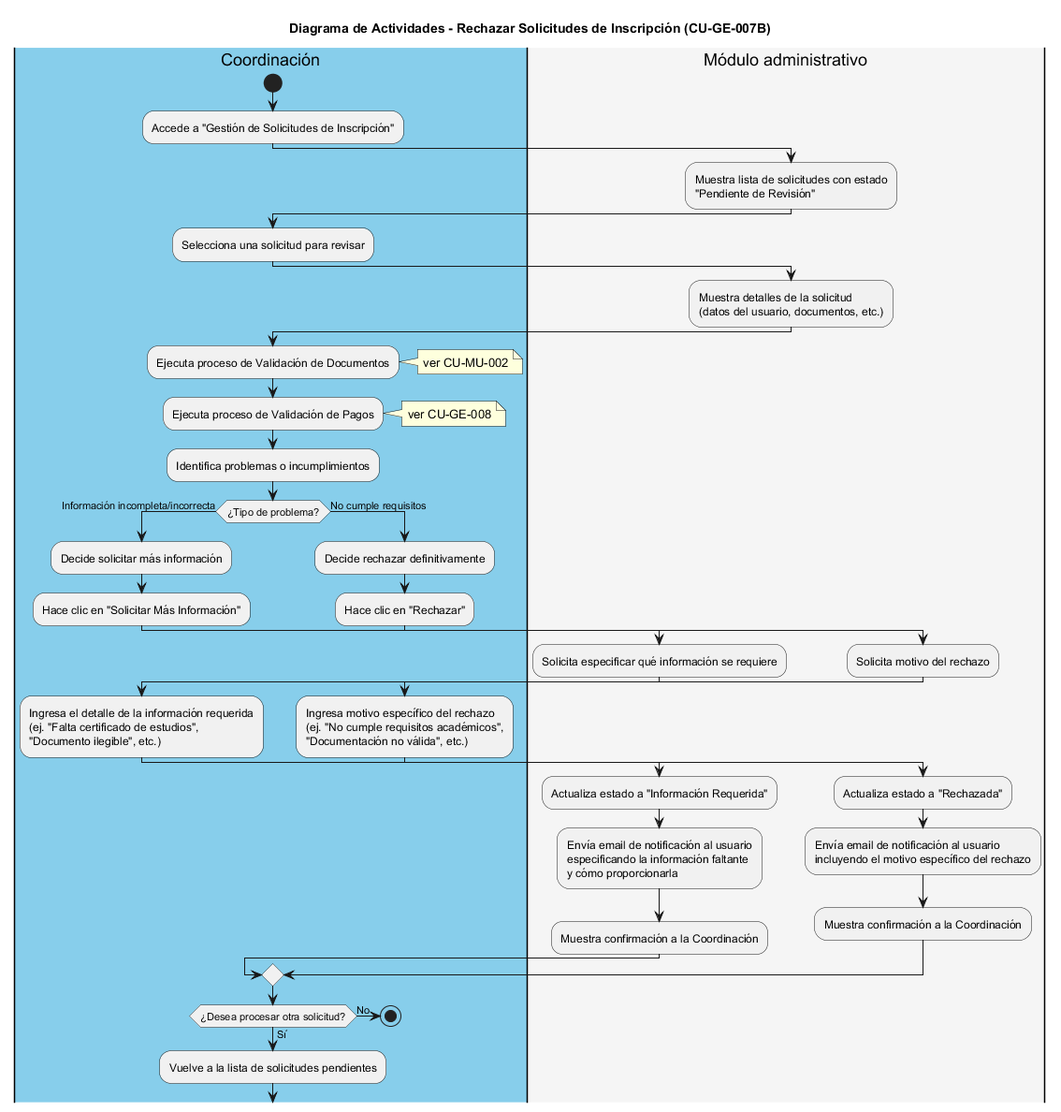
Above: img/CU-GE-007B_Rechazar_Inscripciones.png in iKinoo/baby-salesforce-admin-module (PlantUML), before the change.
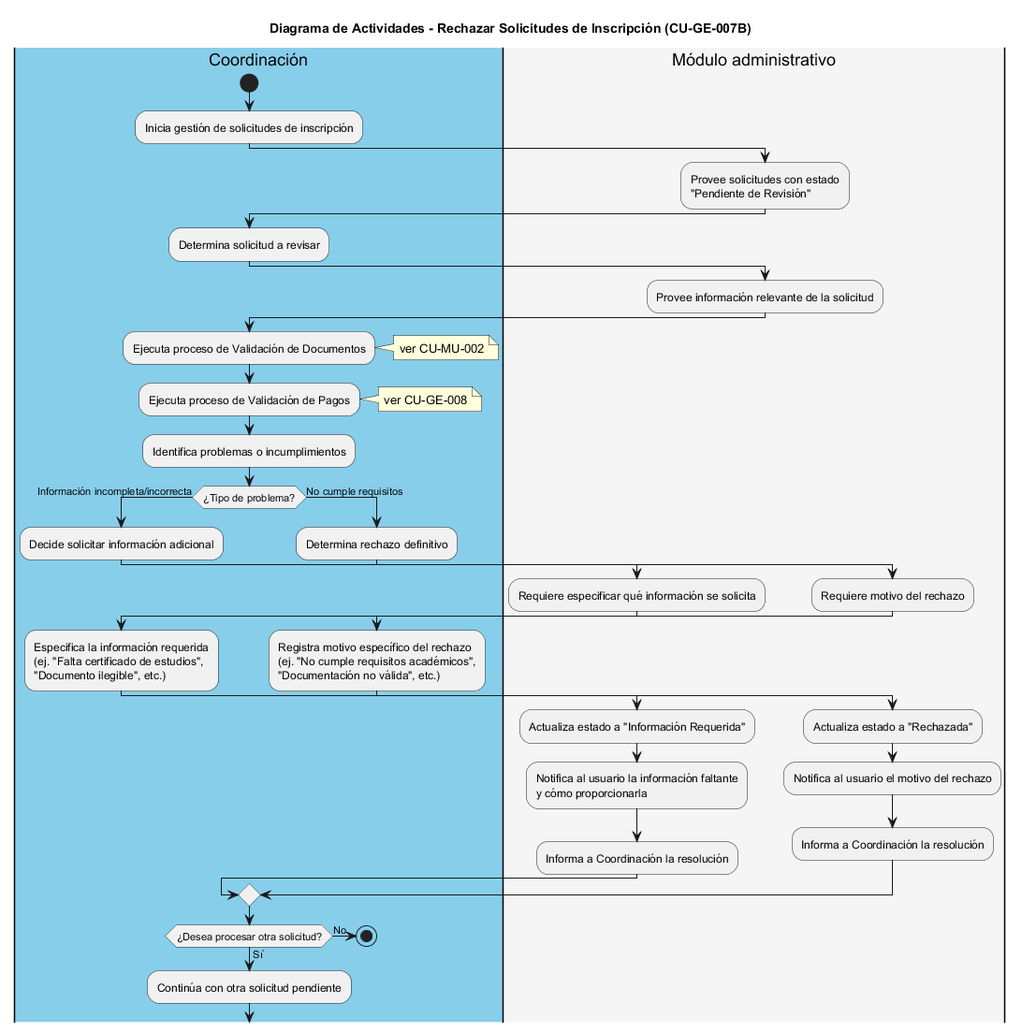
The same file after the commit.

Change to the diagram source:
```diff
@@ -1,20 +1,19 @@
-@startuml
+@startuml CU-GE-007B_Rechazar_Inscripciones
 title Diagrama de Actividades - Rechazar Solicitudes de Inscripción (CU-GE-007B)
 
 |#skyblue|Coordinación|
 start
-:Accede a "Gestión de Solicitudes de Inscripción";
+:Inicia gestión de solicitudes de inscripción;
 
 |#whitesmoke|Módulo administrativo|
-:Muestra lista de solicitudes con estado
+:Provee solicitudes con estado
 "Pendiente de Revisión";
 
 |#skyblue|Coordinación|
-:Selecciona una solicitud para revisar;
+:Determina solicitud a revisar;
 
 |#whitesmoke|Módulo administrativo|
-:Muestra detalles de la solicitud
-(datos del usuario, documentos, etc.);
+:Provee información relevante de la solicitud;
 
 |#skyblue|Coordinación|
 :Ejecuta proceso de Validación de Documentos;
@@ -24,40 +23,36 @@
 :Identifica problemas o incumplimientos;
 if (¿Tipo de problema?) then (Información incompleta/incorrecta)
   |#skyblue|Coordinación|
-  :Decide solicitar más información;
-  :Hace clic en "Solicitar Más Información";
+  :Decide solicitar información adicional;
   |#whitesmoke|Módulo administrativo|
-  :Solicita especificar qué información se requiere;
+  :Requiere especificar qué información se solicita;
   |#skyblue|Coordinación|
-  :Ingresa el detalle de la información requerida
+  :Especifica la información requerida
   (ej. "Falta certificado de estudios",
   "Documento ilegible", etc.);
   |#whitesmoke|Módulo administrativo|
   :Actualiza estado a "Información Requerida";
-  :Envía email de notificación al usuario
-  especificando la información faltante
+  :Notifica al usuario la información faltante
   y cómo proporcionarla;
-  :Muestra confirmación a la Coordinación;
+  :Informa a Coordinación la resolución;
 else (No cumple requisitos)
   |#skyblue|Coordinación|
-  :Decide rechazar definitivamente;
-  :Hace clic en "Rechazar";
+  :Determina rechazo definitivo;
   |#whitesmoke|Módulo administrativo|
-  :Solicita motivo del rechazo;
+  :Requiere motivo del rechazo;
   |#skyblue|Coordinación|
-  :Ingresa motivo específico del rechazo
+  :Registra motivo específico del rechazo
   (ej. "No cumple requisitos académicos",
   "Documentación no válida", etc.);
   |#whitesmoke|Módulo administrativo|
   :Actualiza estado a "Rechazada";
-  :Envía email de notificación al usuario
-  incluyendo el motivo específico del rechazo;
-  :Muestra confirmación a la Coordinación;
+  :Notifica al usuario el motivo del rechazo;
+  :Informa a Coordinación la resolución;
 endif
 
 |#skyblue|Coordinación|
 if (¿Desea procesar otra solicitud?) then (Sí)
-  :Vuelve a la lista de solicitudes pendientes;
+  :Continúa con otra solicitud pendiente;
 else (No)
   stop
 endif
```
